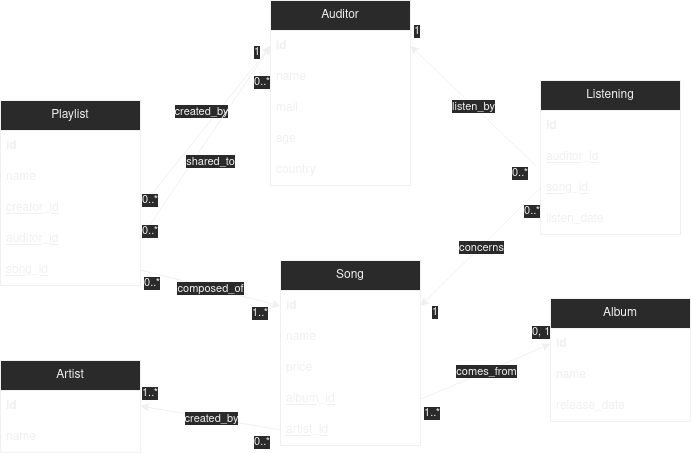
Earlier version of the draw.io export TD/uml.drawio.png (School-Projects-VB/tp_oracle). Source tidied: cells renumbered, new cells last; positions are measured from the earlier drawing's top-left corner, leaving out a move shared by most shapes.
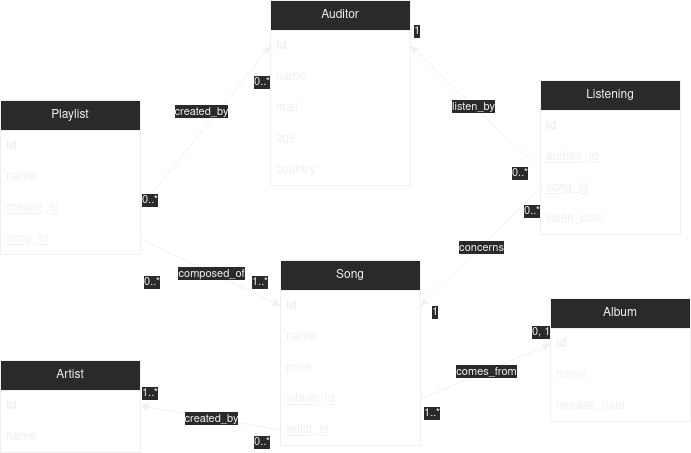
After the commit.

Commit message:
:bento: Delete sharing

What changed in the source:
```diff
@@ -107,7 +107,7 @@
       <mxGeometry y="123" width="140" height="31" as="geometry" />
     </mxCell>
     <mxCell id="34" value="&lt;div&gt;Playlist&lt;/div&gt;" style="swimlane;fontStyle=0;horizontal=1;startSize=30;whiteSpace=wrap;html=1;" parent="1" vertex="1">
-      <mxGeometry y="100" width="140" height="185" as="geometry" />
+      <mxGeometry y="100" width="140" height="154" as="geometry" />
     </mxCell>
     <mxCell id="35" value="&lt;div&gt;id&lt;/div&gt;" style="text;strokeColor=none;fillColor=none;align=left;verticalAlign=middle;spacingLeft=4;spacingRight=4;overflow=hidden;whiteSpace=wrap;html=1;fontStyle=1;" parent="34" vertex="1">
       <mxGeometry y="30" width="140" height="31" as="geometry" />
@@ -118,11 +118,8 @@
     <mxCell id="37" value="creator_id" style="text;strokeColor=none;fillColor=none;align=left;verticalAlign=middle;spacingLeft=4;spacingRight=4;overflow=hidden;points=[[0,0.5],[1,0.5]];portConstraint=eastwest;whiteSpace=wrap;html=1;fontStyle=4;" parent="34" vertex="1">
       <mxGeometry y="92" width="140" height="31" as="geometry" />
     </mxCell>
-    <mxCell id="38" value="auditor_id" style="text;strokeColor=none;fillColor=none;align=left;verticalAlign=middle;spacingLeft=4;spacingRight=4;overflow=hidden;points=[[0,0.5],[1,0.5]];portConstraint=eastwest;whiteSpace=wrap;html=1;fontStyle=4;" parent="34" vertex="1">
-      <mxGeometry y="123" width="140" height="31" as="geometry" />
-    </mxCell>
     <mxCell id="39" value="song_id" style="text;strokeColor=none;fillColor=none;align=left;verticalAlign=middle;spacingLeft=4;spacingRight=4;overflow=hidden;points=[[0,0.5],[1,0.5]];portConstraint=eastwest;whiteSpace=wrap;html=1;fontStyle=4;" parent="34" vertex="1">
-      <mxGeometry y="154" width="140" height="31" as="geometry" />
+      <mxGeometry y="123" width="140" height="31" as="geometry" />
     </mxCell>
     <mxCell id="40" style="endArrow=classic;html=1;rounded=0;exitX=-0.036;exitY=0.774;exitDx=0;exitDy=0;entryX=1;entryY=0.5;entryDx=0;entryDy=0;exitPerimeter=0;" parent="1" edge="1" source="31" target="10">
       <mxGeometry relative="1" as="geometry" />
@@ -172,22 +169,6 @@
         <mxPoint y="45" as="offset" />
       </mxGeometry>
     </mxCell>
-    <mxCell id="52" style="endArrow=classic;html=1;rounded=0;exitX=1;exitY=0.5;exitDx=0;exitDy=0;entryX=0;entryY=0.5;entryDx=0;entryDy=0;" parent="1" edge="1" source="38" target="10">
-      <mxGeometry relative="1" as="geometry" />
-    </mxCell>
-    <mxCell id="53" value="shared_to" style="edgeLabel;html=1;align=center;verticalAlign=middle;" parent="52" vertex="1">
-      <mxGeometry relative="1" as="geometry">
-        <mxPoint x="5" y="18" as="offset" />
-      </mxGeometry>
-    </mxCell>
-    <mxCell id="54" value="0..*" style="edgeLabel;html=1;align=left;verticalAlign=bottom;" parent="52" vertex="1">
-      <mxGeometry x="-1" relative="1" as="geometry" />
-    </mxCell>
-    <mxCell id="55" value="1" style="edgeLabel;html=1;align=right;verticalAlign=bottom;" parent="52" vertex="1">
-      <mxGeometry x="1" relative="1" as="geometry">
-        <mxPoint x="-10" y="15" as="offset" />
-      </mxGeometry>
-    </mxCell>
     <mxCell id="56" style="endArrow=classic;html=1;rounded=0;exitX=1;exitY=0.5;exitDx=0;exitDy=0;entryX=0;entryY=0.5;entryDx=0;entryDy=0;" parent="1" edge="1" source="39" target="16">
       <mxGeometry relative="1" as="geometry" />
     </mxCell>
```
